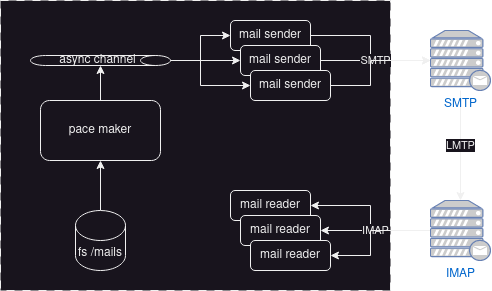
The draw.io diagram doc/mailtempest.drawio.png in iroco-co/mailstorm, before a commit. Source tidied: cells renumbered, new cells last; positions are measured from the earlier drawing's top-left corner, leaving out a move shared by most shapes.
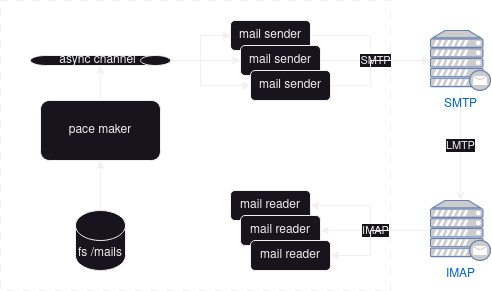
After the change.

What changed in the source:
```diff
@@ -2,7 +2,7 @@
   <root>
     <mxCell id="0" />
     <mxCell id="1" parent="0" />
-    <mxCell id="2" style="rounded=0;whiteSpace=wrap;html=1;labelPosition=center;verticalLabelPosition=top;align=center;verticalAlign=bottom;dashed=1;dashPattern=8 8;" parent="1" vertex="1">
+    <mxCell id="2" style="rounded=0;whiteSpace=wrap;html=1;labelPosition=center;verticalLabelPosition=top;align=center;verticalAlign=bottom;dashed=1;dashPattern=8 8;fillColor=none;" parent="1" vertex="1">
       <mxGeometry width="390" height="290" as="geometry" />
     </mxCell>
     <mxCell id="3" style="edgeStyle=orthogonalEdgeStyle;rounded=0;jettySize=auto;html=1;" parent="1" edge="1" source="4" target="8">
```
